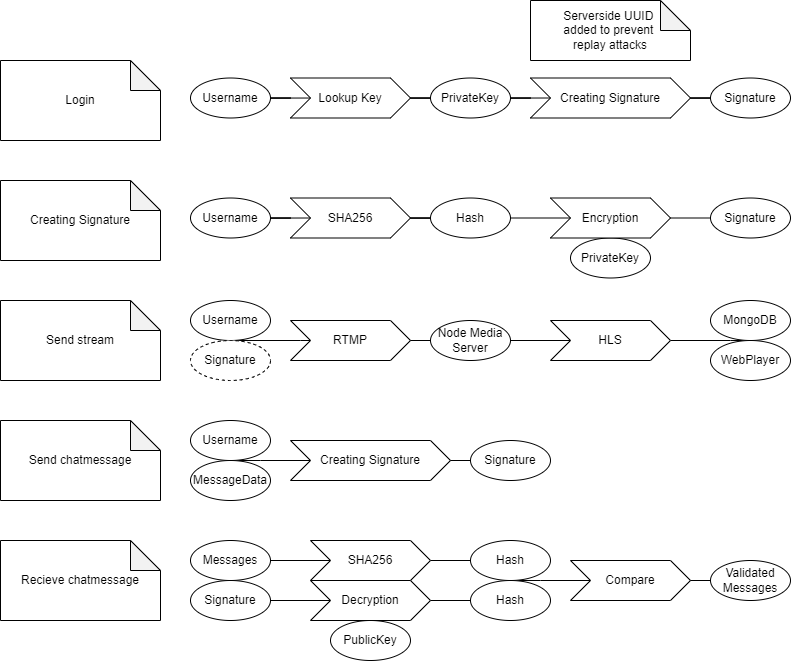
Before: doc-diagrams/SecurityFlowCircle.png, a diagram exported from draw.io (Pjiwm/circle-project). Source tidied: cells renumbered, new cells last; positions are measured from the earlier drawing's top-left corner, leaving out a move shared by most shapes.
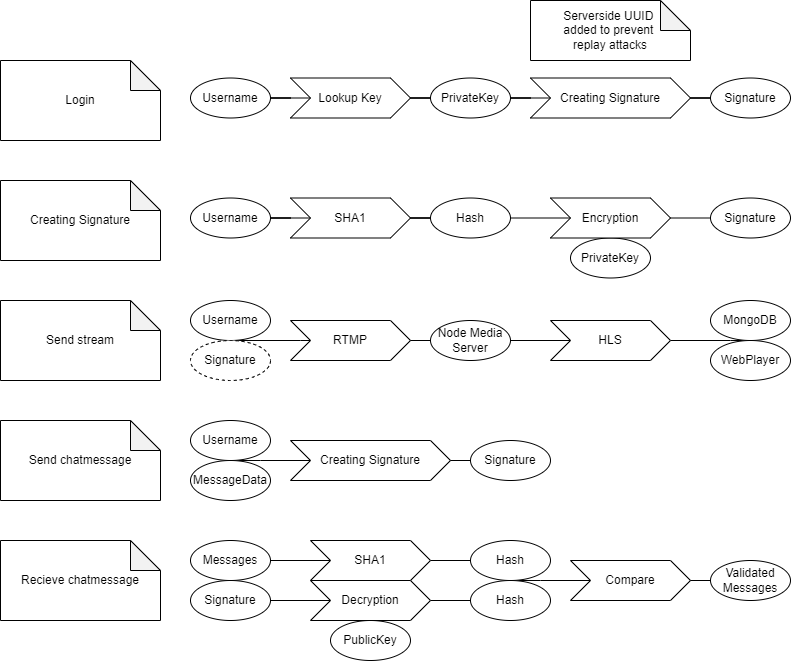
After the commit.

Change to the diagram source:
```diff
@@ -23,7 +23,7 @@
     <mxCell id="8" style="edgeStyle=orthogonalEdgeStyle;rounded=0;jettySize=auto;html=1;endArrow=none;endFill=0;" parent="1" edge="1" source="9" target="6">
       <mxGeometry relative="1" as="geometry" />
     </mxCell>
-    <mxCell id="9" value="SHA256" style="shape=step;perimeter=stepPerimeter;whiteSpace=wrap;html=1;fixedSize=1;" parent="1" vertex="1">
+    <mxCell id="9" value="SHA1" style="shape=step;perimeter=stepPerimeter;whiteSpace=wrap;html=1;fixedSize=1;" parent="1" vertex="1">
       <mxGeometry x="290" y="197.5" width="120" height="40" as="geometry" />
     </mxCell>
     <mxCell id="10" style="edgeStyle=orthogonalEdgeStyle;rounded=0;jettySize=auto;html=1;entryX=0;entryY=0.5;entryDx=0;entryDy=0;endArrow=none;endFill=0;" parent="1" edge="1" source="11" target="4">
@@ -161,7 +161,7 @@
     <mxCell id="49" style="edgeStyle=orthogonalEdgeStyle;rounded=0;jettySize=auto;html=1;entryX=0;entryY=0.5;entryDx=0;entryDy=0;endArrow=none;endFill=0;" parent="1" edge="1" source="50" target="54">
       <mxGeometry relative="1" as="geometry" />
     </mxCell>
-    <mxCell id="50" value="SHA256" style="shape=step;perimeter=stepPerimeter;whiteSpace=wrap;html=1;fixedSize=1;" parent="1" vertex="1">
+    <mxCell id="50" value="SHA1" style="shape=step;perimeter=stepPerimeter;whiteSpace=wrap;html=1;fixedSize=1;" parent="1" vertex="1">
       <mxGeometry x="310" y="540" width="120" height="40" as="geometry" />
     </mxCell>
     <mxCell id="51" style="edgeStyle=orthogonalEdgeStyle;rounded=0;jettySize=auto;html=1;entryX=0;entryY=0.5;entryDx=0;entryDy=0;endArrow=none;endFill=0;" parent="1" edge="1" source="52" target="55">
```
